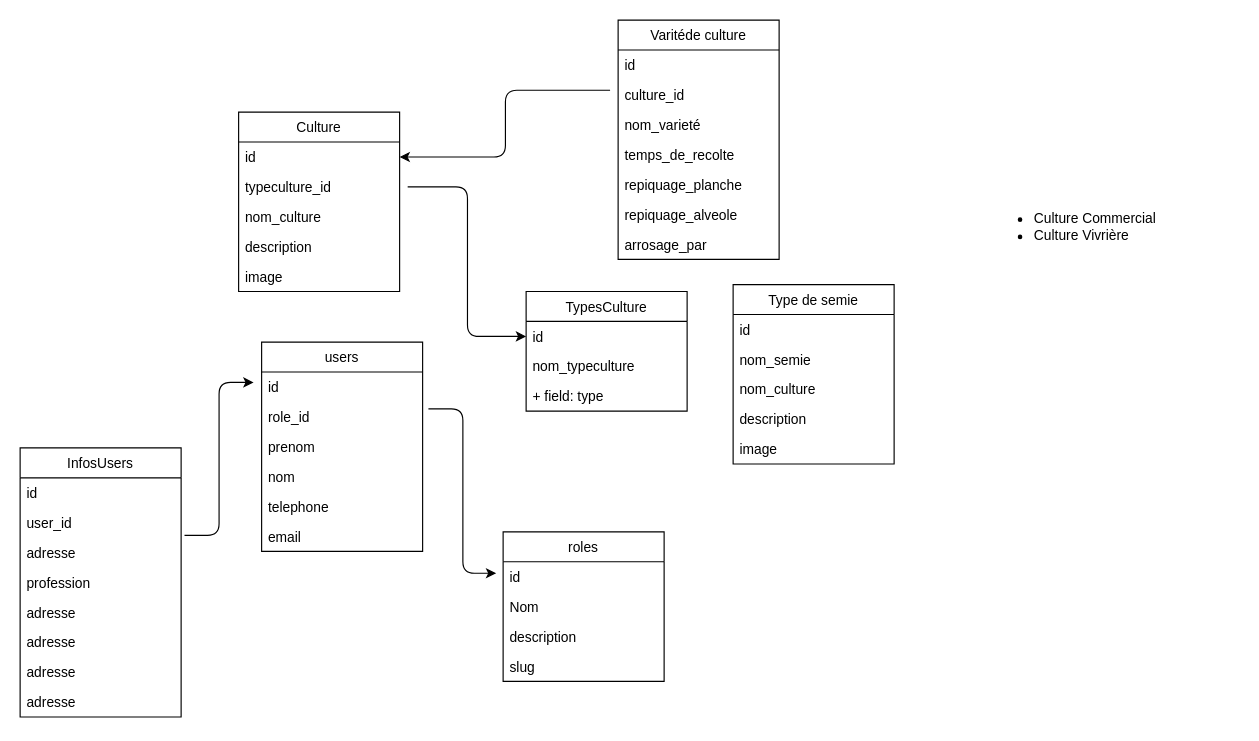
Earlier version of the draw.io diagram page "Main" (1 of 4) of resources/Modeling/database.drawio (ollaidpn/KilimoWeb-senagri). Source tidied: cells renumbered, new cells numbered last; positions are measured from the earlier drawing's top-left corner, leaving out a move shared by most shapes. Both pictures are drawn from the tidied source at 115%, with x=0, y=0 at pixel (20, 20).
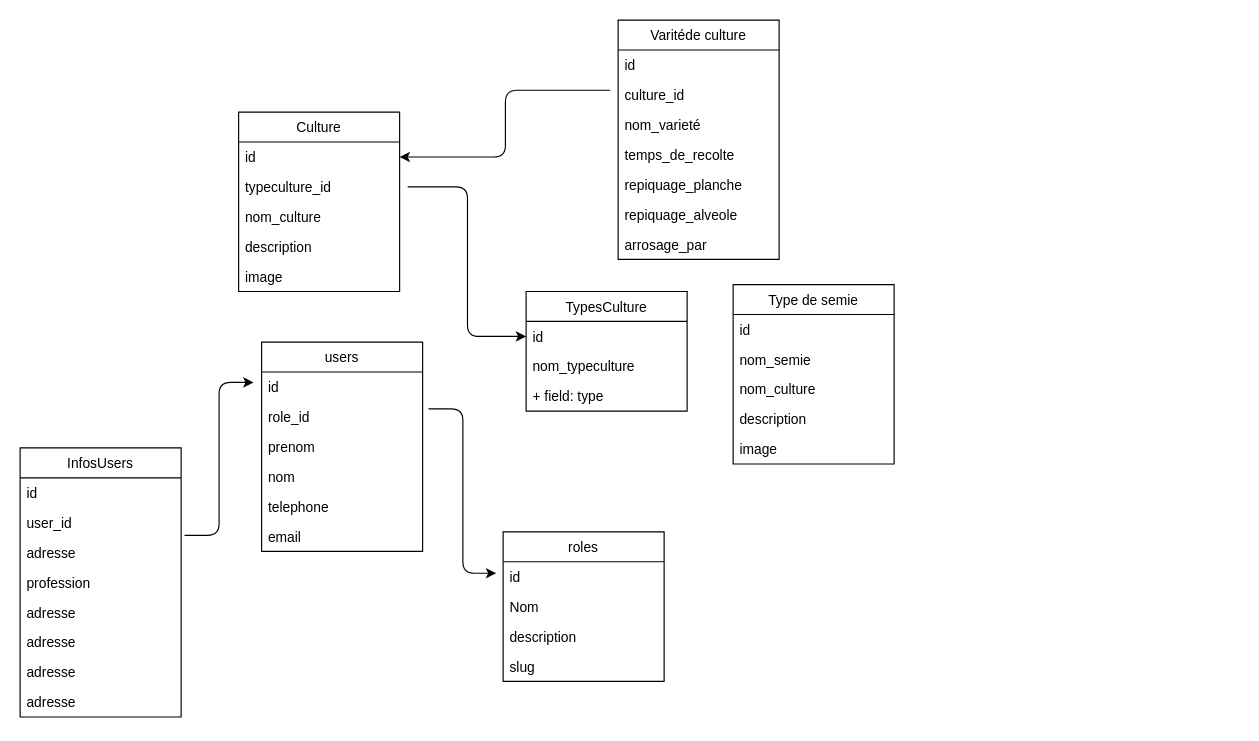
After the change.

What changed in the source:
```diff
@@
-    <mxCell id="36" value="&lt;ul&gt;&lt;li&gt;&lt;span&gt;Culture Commercial&amp;nbsp;&lt;/span&gt;&lt;br&gt;&lt;/li&gt;&lt;li&gt;Culture Vivrière&lt;/li&gt;&lt;/ul&gt;" style="text;strokeColor=none;fillColor=none;html=1;whiteSpace=wrap;verticalAlign=middle;overflow=hidden;" parent="1" vertex="1">
-      <mxGeometry x="840" y="140" width="220" height="80" as="geometry" />
-    </mxCell>
```
